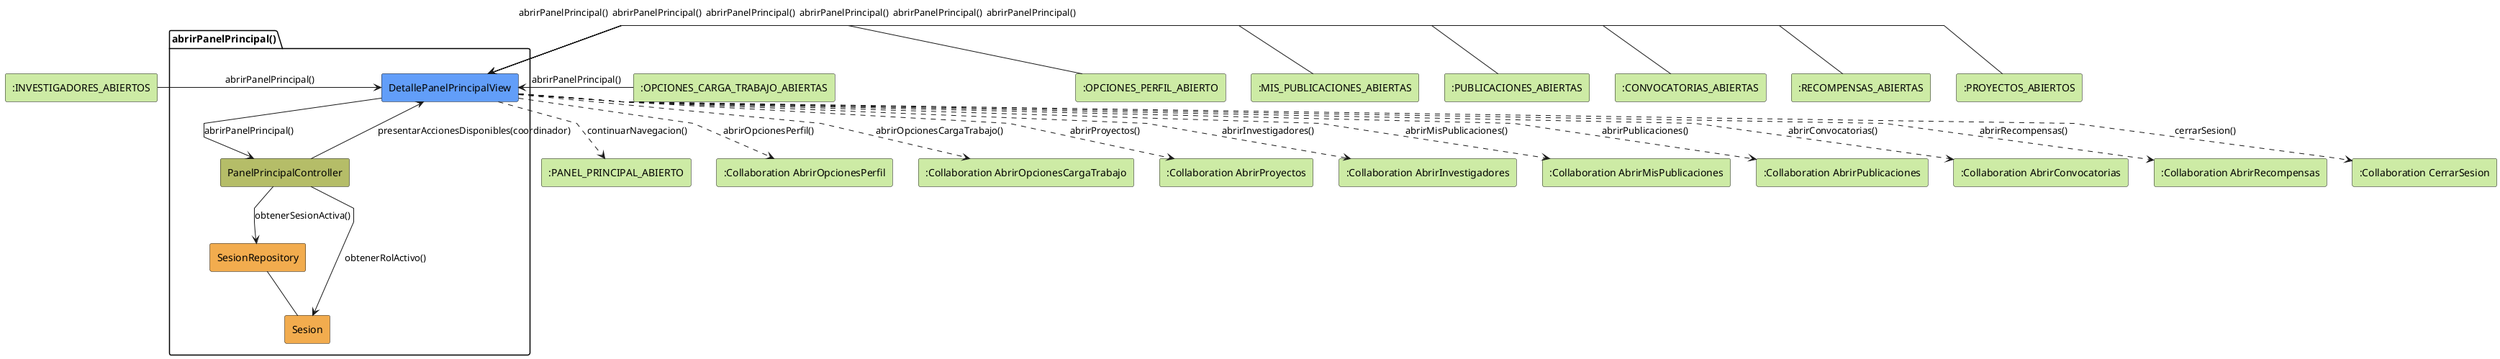
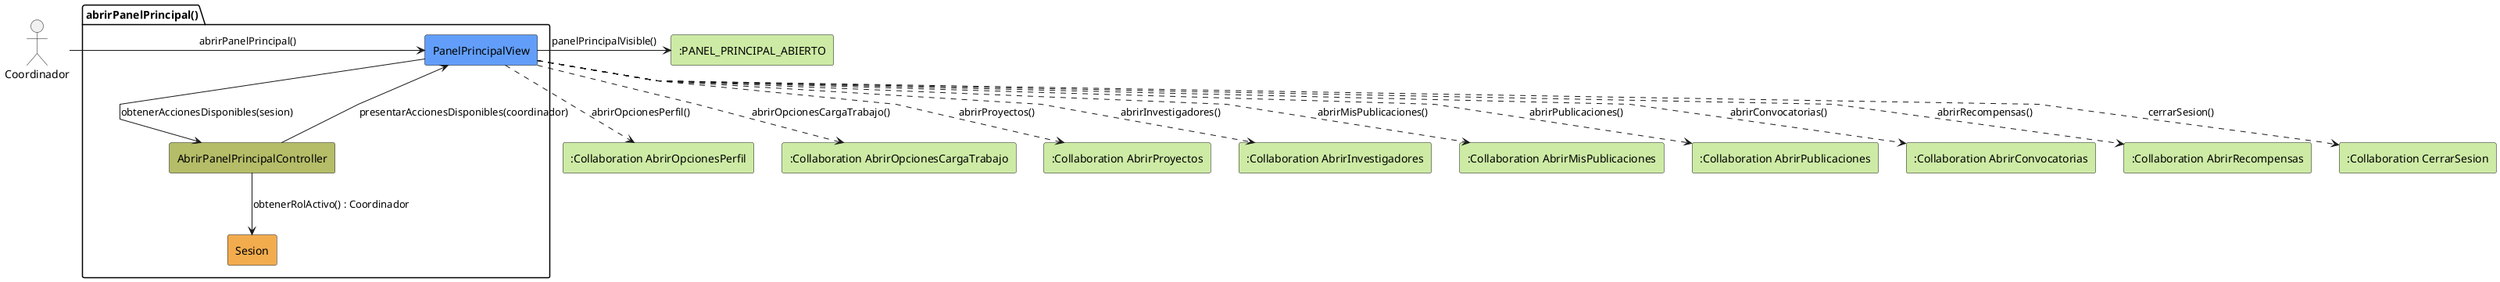
@startuml abrirPanelPrincipal-analisis
skinparam linetype polyline

- rectangle #CDEBA5 ":INVESTIGADORES_ABIERTOS" as EstadoEntrada1
- rectangle #CDEBA5 ":OPCIONES_CARGA_TRABAJO_ABIERTAS" as EstadoEntrada2
- rectangle #CDEBA5 ":OPCIONES_PERFIL_ABIERTO" as EstadoEntrada3
- rectangle #CDEBA5 ":MIS_PUBLICACIONES_ABIERTAS" as EstadoEntrada4
- rectangle #CDEBA5 ":PUBLICACIONES_ABIERTAS" as EstadoEntrada5
- rectangle #CDEBA5 ":CONVOCATORIAS_ABIERTAS" as EstadoEntrada6
- rectangle #CDEBA5 ":RECOMPENSAS_ABIERTAS" as EstadoEntrada7
- rectangle #CDEBA5 ":PROYECTOS_ABIERTOS" as EstadoEntrada8
+ actor Coordinador
+ 
package abrirPanelPrincipal as "abrirPanelPrincipal()" {
-     rectangle #629EF9 DetallePanelPrincipalView
-     rectangle #b5bd68 PanelPrincipalController
-     rectangle #F2AC4E SesionRepository
+     rectangle #629EF9 PanelPrincipalView
+     rectangle #b5bd68 AbrirPanelPrincipalController
    rectangle #F2AC4E Sesion
}

- rectangle #CDEBA5 ":PANEL_PRINCIPAL_ABIERTO" as EstadoSalida
+ rectangle #CDEBA5 ":PANEL_PRINCIPAL_ABIERTO" as PanelPrincipalAbierto
rectangle #CDEBA5 ":Collaboration AbrirOpcionesPerfil" as AbrirOpcionesPerfil
rectangle #CDEBA5 ":Collaboration AbrirOpcionesCargaTrabajo" as AbrirOpcionesCargaTrabajo
rectangle #CDEBA5 ":Collaboration AbrirProyectos" as AbrirProyectos
rectangle #CDEBA5 ":Collaboration AbrirInvestigadores" as AbrirInvestigadores
rectangle #CDEBA5 ":Collaboration AbrirMisPublicaciones" as AbrirMisPublicaciones
rectangle #CDEBA5 ":Collaboration AbrirPublicaciones" as AbrirPublicaciones
rectangle #CDEBA5 ":Collaboration AbrirConvocatorias" as AbrirConvocatorias
rectangle #CDEBA5 ":Collaboration AbrirRecompensas" as AbrirRecompensas
rectangle #CDEBA5 ":Collaboration CerrarSesion" as CerrarSesion

- EstadoEntrada1 -r-> DetallePanelPrincipalView: abrirPanelPrincipal()
- EstadoEntrada2 -r-> DetallePanelPrincipalView: abrirPanelPrincipal()
- EstadoEntrada3 -r-> DetallePanelPrincipalView: abrirPanelPrincipal()
- EstadoEntrada4 -r-> DetallePanelPrincipalView: abrirPanelPrincipal()
- EstadoEntrada5 -r-> DetallePanelPrincipalView: abrirPanelPrincipal()
- EstadoEntrada6 -r-> DetallePanelPrincipalView: abrirPanelPrincipal()
- EstadoEntrada7 -r-> DetallePanelPrincipalView: abrirPanelPrincipal()
- EstadoEntrada8 -r-> DetallePanelPrincipalView: abrirPanelPrincipal()
+ Coordinador -r-> PanelPrincipalView: abrirPanelPrincipal()

- DetallePanelPrincipalView -d-> PanelPrincipalController: abrirPanelPrincipal()
- PanelPrincipalController --> SesionRepository: obtenerSesionActiva()
- PanelPrincipalController --> Sesion: obtenerRolActivo()
- PanelPrincipalController --> DetallePanelPrincipalView: presentarAccionesDisponibles(coordinador)
- SesionRepository -- Sesion
- DetallePanelPrincipalView ..> EstadoSalida: continuarNavegacion()
- DetallePanelPrincipalView ..> AbrirOpcionesPerfil: abrirOpcionesPerfil()
- DetallePanelPrincipalView ..> AbrirOpcionesCargaTrabajo: abrirOpcionesCargaTrabajo()
- DetallePanelPrincipalView ..> AbrirProyectos: abrirProyectos()
- DetallePanelPrincipalView ..> AbrirInvestigadores: abrirInvestigadores()
- DetallePanelPrincipalView ..> AbrirMisPublicaciones: abrirMisPublicaciones()
- DetallePanelPrincipalView ..> AbrirPublicaciones: abrirPublicaciones()
- DetallePanelPrincipalView ..> AbrirConvocatorias: abrirConvocatorias()
- DetallePanelPrincipalView ..> AbrirRecompensas: abrirRecompensas()
- DetallePanelPrincipalView ..> CerrarSesion: cerrarSesion()
+ PanelPrincipalView -d-> AbrirPanelPrincipalController: obtenerAccionesDisponibles(sesion)
+ 
+ AbrirPanelPrincipalController --> Sesion: obtenerRolActivo() : Coordinador
+ 
+ AbrirPanelPrincipalController --> PanelPrincipalView: presentarAccionesDisponibles(coordinador)
+ 
+ PanelPrincipalView -r-> PanelPrincipalAbierto: panelPrincipalVisible()
+ PanelPrincipalView ..> AbrirOpcionesPerfil: abrirOpcionesPerfil()
+ PanelPrincipalView ..> AbrirOpcionesCargaTrabajo: abrirOpcionesCargaTrabajo()
+ PanelPrincipalView ..> AbrirProyectos: abrirProyectos()
+ PanelPrincipalView ..> AbrirInvestigadores: abrirInvestigadores()
+ PanelPrincipalView ..> AbrirMisPublicaciones: abrirMisPublicaciones()
+ PanelPrincipalView ..> AbrirPublicaciones: abrirPublicaciones()
+ PanelPrincipalView ..> AbrirConvocatorias: abrirConvocatorias()
+ PanelPrincipalView ..> AbrirRecompensas: abrirRecompensas()
+ PanelPrincipalView ..> CerrarSesion: cerrarSesion()

@enduml
